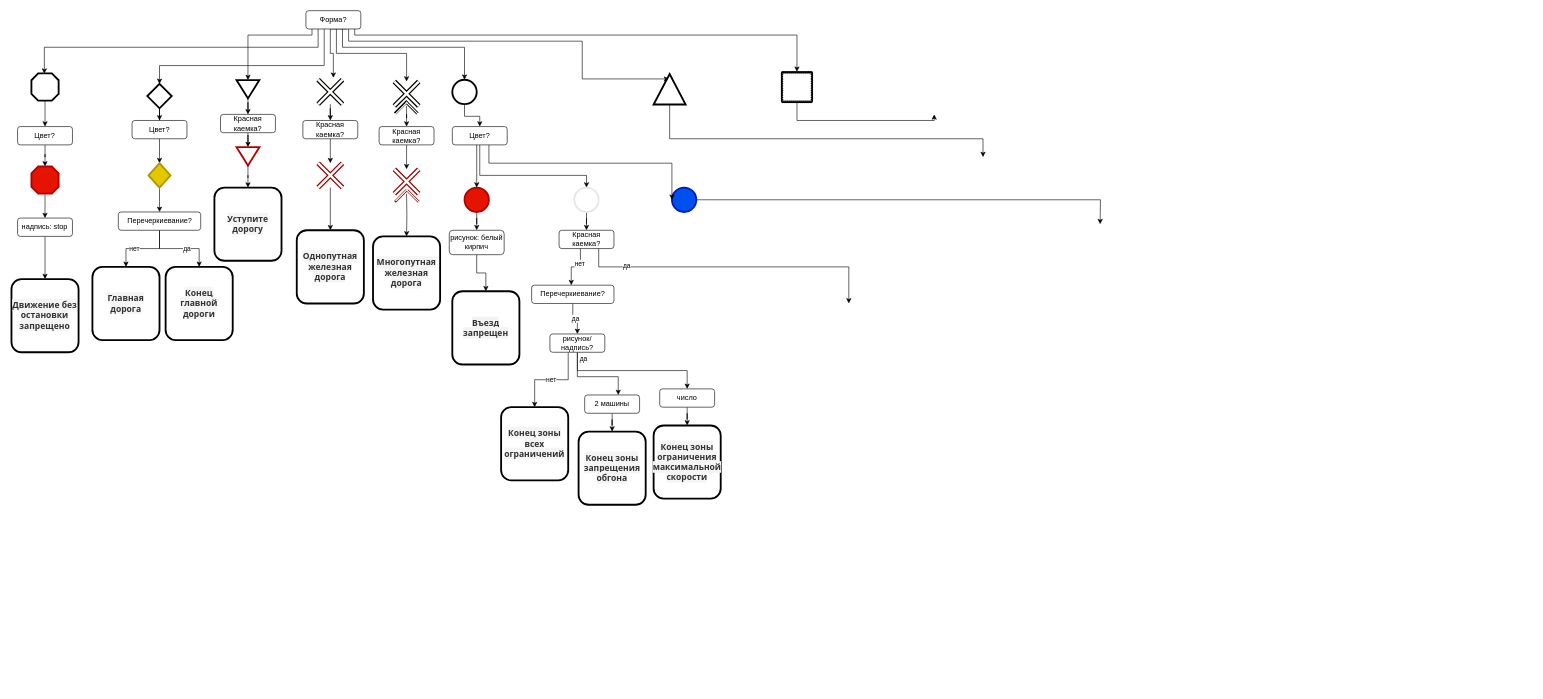
The draw.io diagram Untitled Diagram.drawio in Christinalis25/aframe, before the edit. Source tidied: cells renumbered, new cells numbered last; positions are measured from the earlier drawing's top-left corner, leaving out a move shared by most shapes. Both pictures are drawn from the tidied source at 61%, with x=0, y=0 at pixel (11, 10).
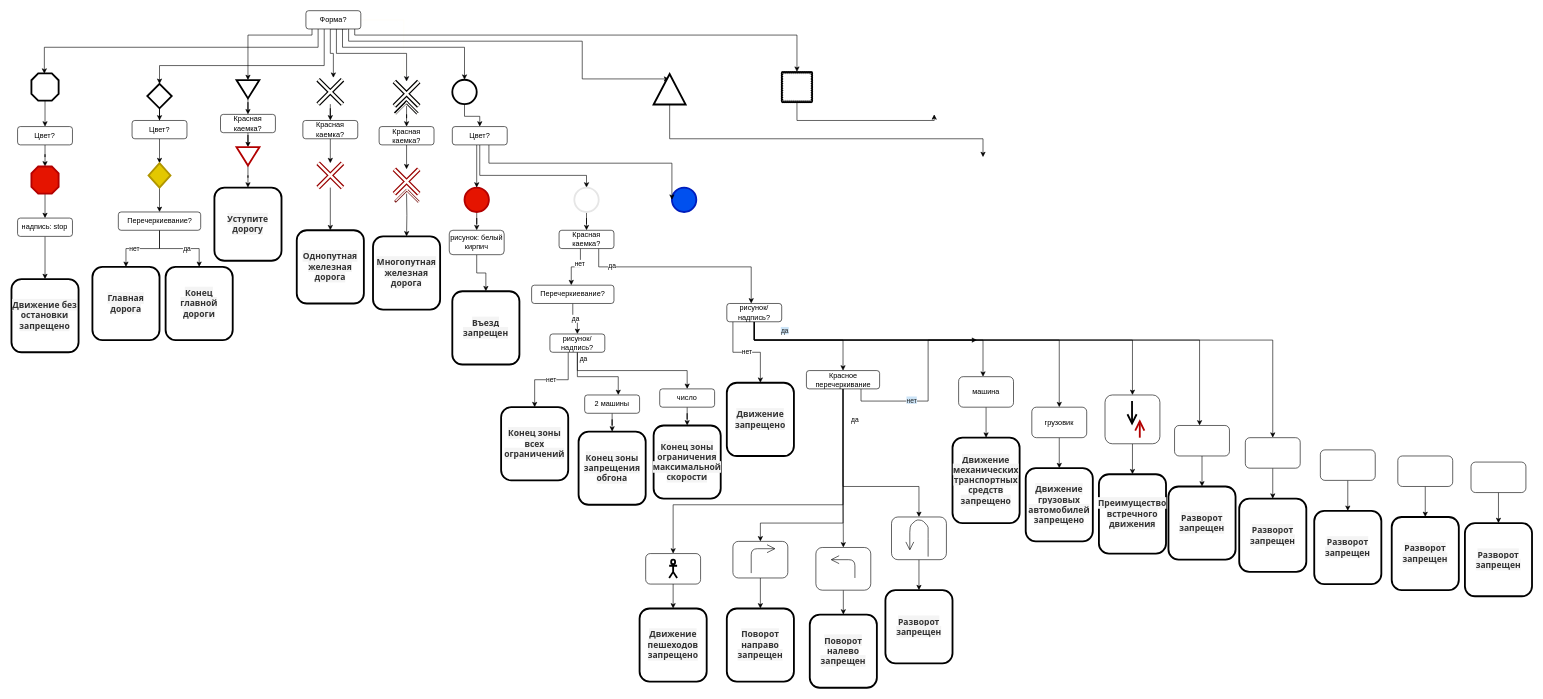
Above is the later version.

The change refers to these unchanged cells:
```xml
<mxCell id="68" style="ellipse;whiteSpace=wrap;html=1;strokeWidth=3;fontSize=11;fillColor=#0050ef;strokeColor=#001DBC;fontColor=#ffffff;" parent="1" vertex="1">
  <mxGeometry x="1083" y="290" width="40" height="40" as="geometry" />
</mxCell>
<mxCell id="86" value="Красная каемка?" style="rounded=1;whiteSpace=wrap;html=1;" parent="1" vertex="1">
  <mxGeometry x="898" y="360" width="90" height="30" as="geometry" />
</mxCell>
```

Change to the diagram source:
```diff
@@
-    <mxCell id="67" style="edgeStyle=orthogonalEdgeStyle;rounded=0;jumpStyle=none;jumpSize=7;jettySize=auto;html=1;strokeColor=#000000;strokeWidth=1;fontSize=11;" parent="1" edge="1" source="68">
-      <mxGeometry relative="1" as="geometry">
-        <mxPoint x="1785" y="350" as="targetPoint" />
-      </mxGeometry>
-    </mxCell>
@@
     <mxCell id="84" style="edgeStyle=orthogonalEdgeStyle;rounded=0;jumpStyle=none;jumpSize=7;jettySize=auto;html=1;strokeColor=#000000;strokeWidth=1;fontSize=11;" parent="1" edge="1" source="86">
       <mxGeometry relative="1" as="geometry">
-        <mxPoint x="1373" y="480" as="targetPoint" />
+        <mxPoint x="1213" y="480" as="targetPoint" />
         <Array as="points">
           <mxPoint x="963" y="420" />
-          <mxPoint x="1373" y="420" />
+          <mxPoint x="1213" y="420" />
+          <mxPoint x="1213" y="480" />
         </Array>
       </mxGeometry>
     </mxCell>
@@
+    <mxCell id="105" value="нет" style="edgeStyle=orthogonalEdgeStyle;rounded=0;jumpStyle=none;jumpSize=7;jettySize=auto;html=1;strokeColor=#000000;strokeWidth=1;fontSize=11;" parent="1" edge="1" source="112" target="124">
+      <mxGeometry relative="1" as="geometry">
+        <Array as="points">
+          <mxPoint x="1183" y="560" />
+          <mxPoint x="1228" y="560" />
+        </Array>
+      </mxGeometry>
+    </mxCell>
+    <mxCell id="106" style="edgeStyle=orthogonalEdgeStyle;rounded=0;jumpStyle=none;jumpSize=7;jettySize=auto;html=1;entryX=0.5;entryY=0;entryDx=0;entryDy=0;strokeColor=#000000;strokeWidth=1;fontSize=11;" parent="1" edge="1" source="112" target="121">
+      <mxGeometry relative="1" as="geometry">
+        <Array as="points">
+          <mxPoint x="1218" y="540" />
+          <mxPoint x="1364" y="540" />
+        </Array>
+      </mxGeometry>
+    </mxCell>
+    <mxCell id="107" style="edgeStyle=orthogonalEdgeStyle;rounded=0;jumpStyle=none;jumpSize=7;jettySize=auto;html=1;strokeColor=#000000;strokeWidth=1;fontSize=11;" parent="1" edge="1" source="112">
+      <mxGeometry relative="1" as="geometry">
+        <mxPoint x="1593" y="600" as="targetPoint" />
+        <Array as="points">
+          <mxPoint x="1218" y="540" />
+          <mxPoint x="1593" y="540" />
+        </Array>
+      </mxGeometry>
+    </mxCell>
+    <mxCell id="108" style="edgeStyle=orthogonalEdgeStyle;rounded=0;jumpStyle=none;jumpSize=7;jettySize=auto;html=1;strokeColor=#000000;strokeWidth=1;fontSize=11;" parent="1" edge="1" source="112" target="143">
+      <mxGeometry relative="1" as="geometry">
+        <Array as="points">
+          <mxPoint x="1218" y="540" />
+          <mxPoint x="1718" y="540" />
+        </Array>
+      </mxGeometry>
+    </mxCell>
+    <mxCell id="109" style="edgeStyle=orthogonalEdgeStyle;rounded=0;jumpStyle=none;jumpSize=7;jettySize=auto;html=1;strokeColor=#000000;strokeWidth=1;fontSize=11;" parent="1" edge="1" source="112" target="146">
+      <mxGeometry relative="1" as="geometry">
+        <Array as="points">
+          <mxPoint x="1218" y="540" />
+          <mxPoint x="1838" y="540" />
+        </Array>
+      </mxGeometry>
+    </mxCell>
+    <mxCell id="110" style="edgeStyle=orthogonalEdgeStyle;rounded=0;jumpStyle=none;jumpSize=7;jettySize=auto;html=1;strokeColor=#000000;strokeWidth=1;fontSize=11;" parent="1" edge="1" source="112" target="149">
+      <mxGeometry relative="1" as="geometry">
+        <Array as="points">
+          <mxPoint x="1218" y="540" />
+          <mxPoint x="1948" y="540" />
+        </Array>
+      </mxGeometry>
+    </mxCell>
+    <mxCell id="111" style="edgeStyle=orthogonalEdgeStyle;rounded=0;jumpStyle=none;jumpSize=7;jettySize=auto;html=1;strokeColor=#000000;strokeWidth=1;fontSize=11;" parent="1" edge="1" source="112" target="152">
+      <mxGeometry relative="1" as="geometry">
+        <Array as="points">
+          <mxPoint x="1218" y="540" />
+          <mxPoint x="2068" y="540" />
+        </Array>
+      </mxGeometry>
+    </mxCell>
+    <mxCell id="112" value="рисунок/надпись?" style="rounded=1;whiteSpace=wrap;html=1;" parent="1" vertex="1">
+      <mxGeometry x="1173" y="480" width="90" height="30" as="geometry" />
+    </mxCell>
+    <mxCell id="113" style="edgeStyle=orthogonalEdgeStyle;rounded=0;jumpStyle=none;jumpSize=7;jettySize=auto;html=1;strokeColor=#000000;strokeWidth=1;fontSize=11;" parent="1" edge="1" source="114" target="123">
+      <mxGeometry relative="1" as="geometry" />
+    </mxCell>
+    <mxCell id="114" style="rounded=1;whiteSpace=wrap;html=1;" parent="1" vertex="1">
+      <mxGeometry x="1183" y="870" width="90" height="60" as="geometry" />
+    </mxCell>
+    <mxCell id="115" style="edgeStyle=orthogonalEdgeStyle;rounded=0;jumpStyle=none;jumpSize=7;jettySize=auto;html=1;strokeColor=#000000;strokeWidth=1;fontSize=11;" parent="1" edge="1" source="121" target="132">
+      <mxGeometry relative="1" as="geometry" />
+    </mxCell>
+    <mxCell id="116" style="edgeStyle=orthogonalEdgeStyle;rounded=0;jumpStyle=none;jumpSize=7;jettySize=auto;html=1;strokeColor=#000000;strokeWidth=1;fontSize=11;" parent="1" edge="1" source="121" target="114">
+      <mxGeometry relative="1" as="geometry">
+        <Array as="points">
+          <mxPoint x="1364" y="840" />
+          <mxPoint x="1228" y="840" />
+        </Array>
+      </mxGeometry>
+    </mxCell>
+    <mxCell id="117" style="edgeStyle=orthogonalEdgeStyle;rounded=0;jumpStyle=none;jumpSize=7;jettySize=auto;html=1;entryX=0.5;entryY=0;entryDx=0;entryDy=0;strokeColor=#000000;strokeWidth=1;fontSize=11;" parent="1" edge="1" source="121" target="126">
+      <mxGeometry relative="1" as="geometry">
+        <Array as="points">
+          <mxPoint x="1364" y="810" />
+          <mxPoint x="1085" y="810" />
+        </Array>
+      </mxGeometry>
+    </mxCell>
+    <mxCell id="118" style="edgeStyle=orthogonalEdgeStyle;rounded=0;jumpStyle=none;jumpSize=7;jettySize=auto;html=1;strokeColor=#000000;strokeWidth=1;fontSize=11;" parent="1" edge="1" source="121" target="130">
+      <mxGeometry relative="1" as="geometry">
+        <Array as="points">
+          <mxPoint x="1364" y="780" />
+          <mxPoint x="1488" y="780" />
+        </Array>
+      </mxGeometry>
+    </mxCell>
+    <mxCell id="119" style="edgeStyle=orthogonalEdgeStyle;rounded=0;jumpStyle=none;jumpSize=7;jettySize=auto;html=1;strokeColor=#000000;strokeWidth=1;fontSize=11;" parent="1" edge="1" source="121">
+      <mxGeometry relative="1" as="geometry">
+        <mxPoint x="1583" y="540" as="targetPoint" />
+        <Array as="points">
+          <mxPoint x="1393" y="640" />
+          <mxPoint x="1503" y="640" />
+          <mxPoint x="1503" y="540" />
+        </Array>
+      </mxGeometry>
+    </mxCell>
+    <mxCell id="120" value="&lt;font color=&quot;#222222&quot;&gt;&lt;span style=&quot;background-color: rgb(204 , 228 , 247)&quot;&gt;нет&lt;/span&gt;&lt;/font&gt;" style="edgeLabel;html=1;align=center;verticalAlign=middle;fontSize=11;" parent="119" vertex="1">
+      <mxGeometry x="-0.34" y="2" relative="1" as="geometry" />
+    </mxCell>
+    <mxCell id="121" value="Красное перечеркивание" style="rounded=1;whiteSpace=wrap;html=1;" parent="1" vertex="1">
+      <mxGeometry x="1303.5" y="590" width="120" height="30" as="geometry" />
+    </mxCell>
+    <mxCell id="122" value="&lt;span style=&quot;box-sizing: inherit ; border: 0px ; font-family: &amp;#34;open sans&amp;#34; , &amp;#34;arial&amp;#34; , sans-serif ; font-size: 14px ; font-weight: 700 ; margin: 0px ; outline: 0px ; padding: 0px ; vertical-align: baseline ; color: rgb(51 , 51 , 51) ; background-color: rgb(244 , 244 , 244)&quot;&gt;Поворот налево запрещен&lt;/span&gt;" style="rounded=1;whiteSpace=wrap;html=1;strokeWidth=3;direction=south;" parent="1" vertex="1">
+      <mxGeometry x="1309" y="990" width="110" height="120" as="geometry" />
+    </mxCell>
+    <mxCell id="123" value="&lt;span style=&quot;box-sizing: inherit ; border: 0px ; font-family: &amp;#34;open sans&amp;#34; , &amp;#34;arial&amp;#34; , sans-serif ; font-size: 14px ; font-weight: 700 ; margin: 0px ; outline: 0px ; padding: 0px ; vertical-align: baseline ; color: rgb(51 , 51 , 51) ; background-color: rgb(244 , 244 , 244)&quot;&gt;Поворот направо запрещен&lt;/span&gt;" style="rounded=1;whiteSpace=wrap;html=1;strokeWidth=3;direction=south;" parent="1" vertex="1">
+      <mxGeometry x="1173" y="980" width="110" height="120" as="geometry" />
+    </mxCell>
+    <mxCell id="124" value="&lt;span style=&quot;box-sizing: inherit ; border: 0px ; font-family: &amp;#34;open sans&amp;#34; , &amp;#34;arial&amp;#34; , sans-serif ; font-size: 14px ; font-weight: 700 ; margin: 0px ; outline: 0px ; padding: 0px ; vertical-align: baseline ; color: rgb(51 , 51 , 51) ; background-color: rgb(244 , 244 , 244)&quot;&gt;Движение запрещено&lt;/span&gt;" style="rounded=1;whiteSpace=wrap;html=1;strokeWidth=3;direction=south;" parent="1" vertex="1">
+      <mxGeometry x="1173" y="610" width="110" height="120" as="geometry" />
+    </mxCell>
+    <mxCell id="125" style="edgeStyle=orthogonalEdgeStyle;rounded=0;jumpStyle=none;jumpSize=7;jettySize=auto;html=1;strokeColor=#000000;strokeWidth=1;fontSize=11;" parent="1" edge="1" source="126" target="128">
+      <mxGeometry relative="1" as="geometry" />
+    </mxCell>
+    <mxCell id="126" style="rounded=1;whiteSpace=wrap;html=1;" parent="1" vertex="1">
+      <mxGeometry x="1040" y="890" width="90" height="50" as="geometry" />
+    </mxCell>
+    <mxCell id="127" value="&lt;span style=&quot;box-sizing: inherit ; border: 0px ; font-family: &amp;#34;open sans&amp;#34; , &amp;#34;arial&amp;#34; , sans-serif ; font-size: 14px ; font-weight: 700 ; margin: 0px ; outline: 0px ; padding: 0px ; vertical-align: baseline ; color: rgb(51 , 51 , 51) ; background-color: rgb(244 , 244 , 244)&quot;&gt;Разворот запрещен&lt;/span&gt;" style="rounded=1;whiteSpace=wrap;html=1;strokeWidth=3;direction=south;" parent="1" vertex="1">
+      <mxGeometry x="1433" y="950" width="110" height="120" as="geometry" />
+    </mxCell>
+    <mxCell id="128" value="&lt;span style=&quot;box-sizing: inherit ; border: 0px ; font-family: &amp;#34;open sans&amp;#34; , &amp;#34;arial&amp;#34; , sans-serif ; font-size: 14px ; font-weight: 700 ; margin: 0px ; outline: 0px ; padding: 0px ; vertical-align: baseline ; color: rgb(51 , 51 , 51) ; background-color: rgb(244 , 244 , 244)&quot;&gt;Движение пешеходов запрещено&lt;/span&gt;" style="rounded=1;whiteSpace=wrap;html=1;strokeWidth=3;direction=south;" parent="1" vertex="1">
+      <mxGeometry x="1030" y="980" width="110" height="120" as="geometry" />
+    </mxCell>
+    <mxCell id="129" style="edgeStyle=orthogonalEdgeStyle;rounded=0;jumpStyle=none;jumpSize=7;jettySize=auto;html=1;strokeColor=#000000;strokeWidth=1;fontSize=11;" parent="1" edge="1" source="130" target="127">
+      <mxGeometry relative="1" as="geometry" />
+    </mxCell>
+    <mxCell id="130" style="rounded=1;whiteSpace=wrap;html=1;" parent="1" vertex="1">
+      <mxGeometry x="1443" y="830" width="90" height="70" as="geometry" />
+    </mxCell>
+    <mxCell id="131" style="edgeStyle=orthogonalEdgeStyle;rounded=0;jumpStyle=none;jumpSize=7;jettySize=auto;html=1;strokeColor=#000000;strokeWidth=1;fontSize=11;" parent="1" edge="1" source="132" target="122">
+      <mxGeometry relative="1" as="geometry" />
+    </mxCell>
+    <mxCell id="132" style="rounded=1;whiteSpace=wrap;html=1;" parent="1" vertex="1">
+      <mxGeometry x="1319" y="880" width="90" height="70" as="geometry" />
+    </mxCell>
+    <mxCell id="133" value="да" style="text;html=1;align=center;verticalAlign=middle;fontSize=11;" parent="1" vertex="1">
+      <mxGeometry x="1368" y="660" width="30" height="20" as="geometry" />
+    </mxCell>
+    <mxCell id="134" value="&lt;font color=&quot;#222222&quot;&gt;&lt;span style=&quot;background-color: rgb(204 , 228 , 247)&quot;&gt;да&lt;/span&gt;&lt;/font&gt;" style="text;html=1;align=center;verticalAlign=middle;fontSize=11;" parent="1" vertex="1">
+      <mxGeometry x="1253" y="515" width="30" height="20" as="geometry" />
+    </mxCell>
+    <mxCell id="135" style="shape=umlActor;verticalLabelPosition=bottom;verticalAlign=top;html=1;strokeWidth=3;fontSize=11;" parent="1" vertex="1">
+      <mxGeometry x="1078.5" y="900" width="13" height="30" as="geometry" />
+    </mxCell>
+    <mxCell id="136" style="endArrow=open;endFill=1;endSize=12;html=1;strokeColor=#000000;strokeWidth=1;fontSize=11;" parent="1" edge="1">
+      <mxGeometry relative="1" as="geometry">
+        <mxPoint x="1213" y="922" as="sourcePoint" />
+        <mxPoint x="1253" y="882" as="targetPoint" />
+        <Array as="points">
+          <mxPoint x="1213" y="882" />
+        </Array>
+      </mxGeometry>
+    </mxCell>
+    <mxCell id="137" style="endArrow=open;endFill=1;endSize=12;html=1;strokeColor=#000000;strokeWidth=1;fontSize=11;" parent="1" edge="1">
+      <mxGeometry relative="1" as="geometry">
+        <mxPoint x="1383" y="930" as="sourcePoint" />
+        <mxPoint x="1343" y="900" as="targetPoint" />
+        <Array as="points">
+          <mxPoint x="1383" y="900" />
+        </Array>
+      </mxGeometry>
+    </mxCell>
+    <mxCell id="138" style="endArrow=open;endFill=1;endSize=12;html=1;strokeColor=#000000;strokeWidth=1;fontSize=11;" parent="1" edge="1">
+      <mxGeometry relative="1" as="geometry">
+        <mxPoint x="1503" y="895" as="sourcePoint" />
+        <mxPoint x="1473" y="885" as="targetPoint" />
+        <Array as="points">
+          <mxPoint x="1503" y="855" />
+          <mxPoint x="1503" y="845" />
+          <mxPoint x="1493" y="835" />
+          <mxPoint x="1483" y="835" />
+          <mxPoint x="1473" y="845" />
+        </Array>
+      </mxGeometry>
+    </mxCell>
+    <mxCell id="139" style="edgeStyle=orthogonalEdgeStyle;rounded=0;jumpStyle=none;jumpSize=7;jettySize=auto;html=1;strokeColor=#000000;strokeWidth=1;fontSize=11;" parent="1" edge="1" source="140" target="141">
+      <mxGeometry relative="1" as="geometry" />
+    </mxCell>
+    <mxCell id="140" value="машина" style="rounded=1;whiteSpace=wrap;html=1;" parent="1" vertex="1">
+      <mxGeometry x="1553" y="600" width="90" height="50" as="geometry" />
+    </mxCell>
+    <mxCell id="141" value="&lt;span style=&quot;box-sizing: inherit ; border: 0px ; font-family: &amp;#34;open sans&amp;#34; , &amp;#34;arial&amp;#34; , sans-serif ; font-size: 14px ; font-weight: 700 ; margin: 0px ; outline: 0px ; padding: 0px ; vertical-align: baseline ; color: rgb(51 , 51 , 51) ; background-color: rgb(244 , 244 , 244)&quot;&gt;Движение механических транспортных средств запрещено&lt;/span&gt;" style="rounded=1;whiteSpace=wrap;html=1;strokeWidth=3;direction=south;" parent="1" vertex="1">
+      <mxGeometry x="1543" y="700" width="110" height="140" as="geometry" />
+    </mxCell>
+    <mxCell id="142" style="edgeStyle=orthogonalEdgeStyle;rounded=0;jumpStyle=none;jumpSize=7;jettySize=auto;html=1;strokeColor=#000000;strokeWidth=1;fontSize=11;" parent="1" edge="1" source="143" target="144">
+      <mxGeometry relative="1" as="geometry" />
+    </mxCell>
+    <mxCell id="143" value="грузовик" style="rounded=1;whiteSpace=wrap;html=1;" parent="1" vertex="1">
+      <mxGeometry x="1673" y="650" width="90" height="50" as="geometry" />
+    </mxCell>
+    <mxCell id="144" value="&lt;span style=&quot;box-sizing: inherit ; border: 0px ; font-family: &amp;#34;open sans&amp;#34; , &amp;#34;arial&amp;#34; , sans-serif ; font-size: 14px ; font-weight: 700 ; margin: 0px ; outline: 0px ; padding: 0px ; vertical-align: baseline ; color: rgb(51 , 51 , 51) ; background-color: rgb(244 , 244 , 244)&quot;&gt;Движение грузовых автомобилей запрещено&lt;/span&gt;" style="rounded=1;whiteSpace=wrap;html=1;strokeWidth=3;direction=south;" parent="1" vertex="1">
+      <mxGeometry x="1663" y="750" width="110" height="120" as="geometry" />
+    </mxCell>
+    <mxCell id="145" style="edgeStyle=orthogonalEdgeStyle;rounded=0;jumpStyle=none;jumpSize=7;jettySize=auto;html=1;strokeColor=#000000;strokeWidth=1;fontSize=11;" parent="1" edge="1" source="146" target="147">
+      <mxGeometry relative="1" as="geometry" />
+    </mxCell>
+    <mxCell id="146" style="rounded=1;whiteSpace=wrap;html=1;" parent="1" vertex="1">
+      <mxGeometry x="1793" y="630" width="90" height="80" as="geometry" />
+    </mxCell>
+    <mxCell id="147" value="&lt;span style=&quot;box-sizing: inherit ; border: 0px ; font-family: &amp;#34;open sans&amp;#34; , &amp;#34;arial&amp;#34; , sans-serif ; font-size: 14px ; font-weight: 700 ; margin: 0px ; outline: 0px ; padding: 0px ; vertical-align: baseline ; color: rgb(51 , 51 , 51) ; background-color: rgb(244 , 244 , 244)&quot;&gt;Преимущество встречного движения&lt;/span&gt;" style="rounded=1;whiteSpace=wrap;html=1;strokeWidth=3;direction=south;" parent="1" vertex="1">
+      <mxGeometry x="1783" y="760" width="110" height="130" as="geometry" />
+    </mxCell>
+    <mxCell id="148" style="edgeStyle=orthogonalEdgeStyle;rounded=0;jumpStyle=none;jumpSize=7;jettySize=auto;html=1;strokeColor=#000000;strokeWidth=1;fontSize=11;" parent="1" edge="1" source="149" target="150">
+      <mxGeometry relative="1" as="geometry" />
+    </mxCell>
+    <mxCell id="149" style="rounded=1;whiteSpace=wrap;html=1;" parent="1" vertex="1">
+      <mxGeometry x="1907" y="680" width="90" height="50" as="geometry" />
+    </mxCell>
+    <mxCell id="150" value="&lt;span style=&quot;box-sizing: inherit ; border: 0px ; font-family: &amp;#34;open sans&amp;#34; , &amp;#34;arial&amp;#34; , sans-serif ; font-size: 14px ; font-weight: 700 ; margin: 0px ; outline: 0px ; padding: 0px ; vertical-align: baseline ; color: rgb(51 , 51 , 51) ; background-color: rgb(244 , 244 , 244)&quot;&gt;Разворот запрещен&lt;/span&gt;" style="rounded=1;whiteSpace=wrap;html=1;strokeWidth=3;direction=south;" parent="1" vertex="1">
+      <mxGeometry x="1897" y="780" width="110" height="120" as="geometry" />
+    </mxCell>
+    <mxCell id="151" style="edgeStyle=orthogonalEdgeStyle;rounded=0;jumpStyle=none;jumpSize=7;jettySize=auto;html=1;strokeColor=#000000;strokeWidth=1;fontSize=11;" parent="1" edge="1" source="152" target="153">
+      <mxGeometry relative="1" as="geometry" />
+    </mxCell>
+    <mxCell id="152" style="rounded=1;whiteSpace=wrap;html=1;" parent="1" vertex="1">
+      <mxGeometry x="2023" y="700" width="90" height="50" as="geometry" />
+    </mxCell>
+    <mxCell id="153" value="&lt;span style=&quot;box-sizing: inherit ; border: 0px ; font-family: &amp;#34;open sans&amp;#34; , &amp;#34;arial&amp;#34; , sans-serif ; font-size: 14px ; font-weight: 700 ; margin: 0px ; outline: 0px ; padding: 0px ; vertical-align: baseline ; color: rgb(51 , 51 , 51) ; background-color: rgb(244 , 244 , 244)&quot;&gt;Разворот запрещен&lt;/span&gt;" style="rounded=1;whiteSpace=wrap;html=1;strokeWidth=3;direction=south;" parent="1" vertex="1">
+      <mxGeometry x="2013" y="800" width="110" height="120" as="geometry" />
+    </mxCell>
+    <mxCell id="154" style="edgeStyle=orthogonalEdgeStyle;rounded=0;jumpStyle=none;jumpSize=7;jettySize=auto;html=1;strokeColor=#000000;strokeWidth=1;fontSize=11;" parent="1" edge="1" source="155" target="156">
+      <mxGeometry relative="1" as="geometry" />
+    </mxCell>
+    <mxCell id="155" style="rounded=1;whiteSpace=wrap;html=1;" parent="1" vertex="1">
+      <mxGeometry x="2146" y="720" width="90" height="50" as="geometry" />
+    </mxCell>
+    <mxCell id="156" value="&lt;span style=&quot;box-sizing: inherit ; border: 0px ; font-family: &amp;#34;open sans&amp;#34; , &amp;#34;arial&amp;#34; , sans-serif ; font-size: 14px ; font-weight: 700 ; margin: 0px ; outline: 0px ; padding: 0px ; vertical-align: baseline ; color: rgb(51 , 51 , 51) ; background-color: rgb(244 , 244 , 244)&quot;&gt;Разворот запрещен&lt;/span&gt;" style="rounded=1;whiteSpace=wrap;html=1;strokeWidth=3;direction=south;" parent="1" vertex="1">
+      <mxGeometry x="2136" y="820" width="110" height="120" as="geometry" />
+    </mxCell>
+    <mxCell id="157" style="edgeStyle=orthogonalEdgeStyle;rounded=0;jumpStyle=none;jumpSize=7;jettySize=auto;html=1;strokeColor=#000000;strokeWidth=1;fontSize=11;" parent="1" edge="1" source="158" target="159">
+      <mxGeometry relative="1" as="geometry" />
+    </mxCell>
+    <mxCell id="158" style="rounded=1;whiteSpace=wrap;html=1;" parent="1" vertex="1">
+      <mxGeometry x="2273" y="730" width="90" height="50" as="geometry" />
+    </mxCell>
+    <mxCell id="159" value="&lt;span style=&quot;box-sizing: inherit ; border: 0px ; font-family: &amp;#34;open sans&amp;#34; , &amp;#34;arial&amp;#34; , sans-serif ; font-size: 14px ; font-weight: 700 ; margin: 0px ; outline: 0px ; padding: 0px ; vertical-align: baseline ; color: rgb(51 , 51 , 51) ; background-color: rgb(244 , 244 , 244)&quot;&gt;Разворот запрещен&lt;/span&gt;" style="rounded=1;whiteSpace=wrap;html=1;strokeWidth=3;direction=south;" parent="1" vertex="1">
+      <mxGeometry x="2263" y="830" width="110" height="120" as="geometry" />
+    </mxCell>
+    <mxCell id="160" style="edgeStyle=orthogonalEdgeStyle;rounded=0;jumpStyle=none;jumpSize=7;jettySize=auto;html=1;strokeColor=#000000;strokeWidth=1;fontSize=11;" parent="1" edge="1" source="161" target="162">
+      <mxGeometry relative="1" as="geometry" />
+    </mxCell>
+    <mxCell id="161" style="rounded=1;whiteSpace=wrap;html=1;" parent="1" vertex="1">
+      <mxGeometry x="2393" y="740" width="90" height="50" as="geometry" />
+    </mxCell>
+    <mxCell id="162" value="&lt;span style=&quot;box-sizing: inherit ; border: 0px ; font-family: &amp;#34;open sans&amp;#34; , &amp;#34;arial&amp;#34; , sans-serif ; font-size: 14px ; font-weight: 700 ; margin: 0px ; outline: 0px ; padding: 0px ; vertical-align: baseline ; color: rgb(51 , 51 , 51) ; background-color: rgb(244 , 244 , 244)&quot;&gt;Разворот запрещен&lt;/span&gt;" style="rounded=1;whiteSpace=wrap;html=1;strokeWidth=3;direction=south;" parent="1" vertex="1">
+      <mxGeometry x="2383" y="840" width="110" height="120" as="geometry" />
+    </mxCell>
+    <mxCell id="163" style="endArrow=open;endFill=1;endSize=12;html=1;strokeColor=#000000;strokeWidth=3;fontSize=11;" parent="1" edge="1">
+      <mxGeometry relative="1" as="geometry">
+        <mxPoint x="1837.3" y="640" as="sourcePoint" />
+        <mxPoint x="1837.3" y="680" as="targetPoint" />
+      </mxGeometry>
+    </mxCell>
+    <mxCell id="164" style="endArrow=open;endFill=1;endSize=12;html=1;strokeWidth=3;fontSize=11;strokeColor=#B20000;" parent="1" edge="1">
+      <mxGeometry relative="1" as="geometry">
+        <mxPoint x="1850" y="700" as="sourcePoint" />
+        <mxPoint x="1850" y="670" as="targetPoint" />
+      </mxGeometry>
+    </mxCell>
```
